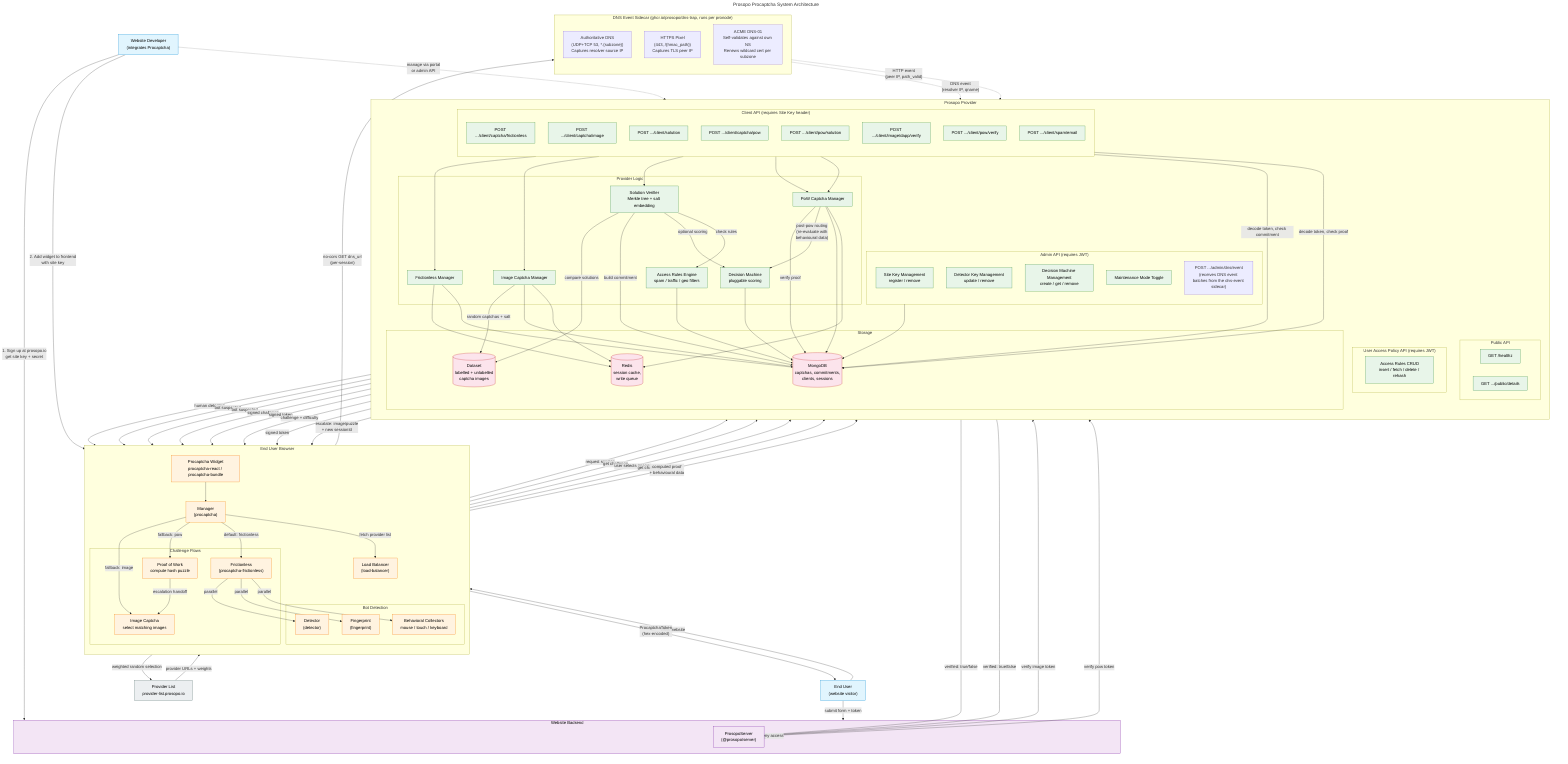
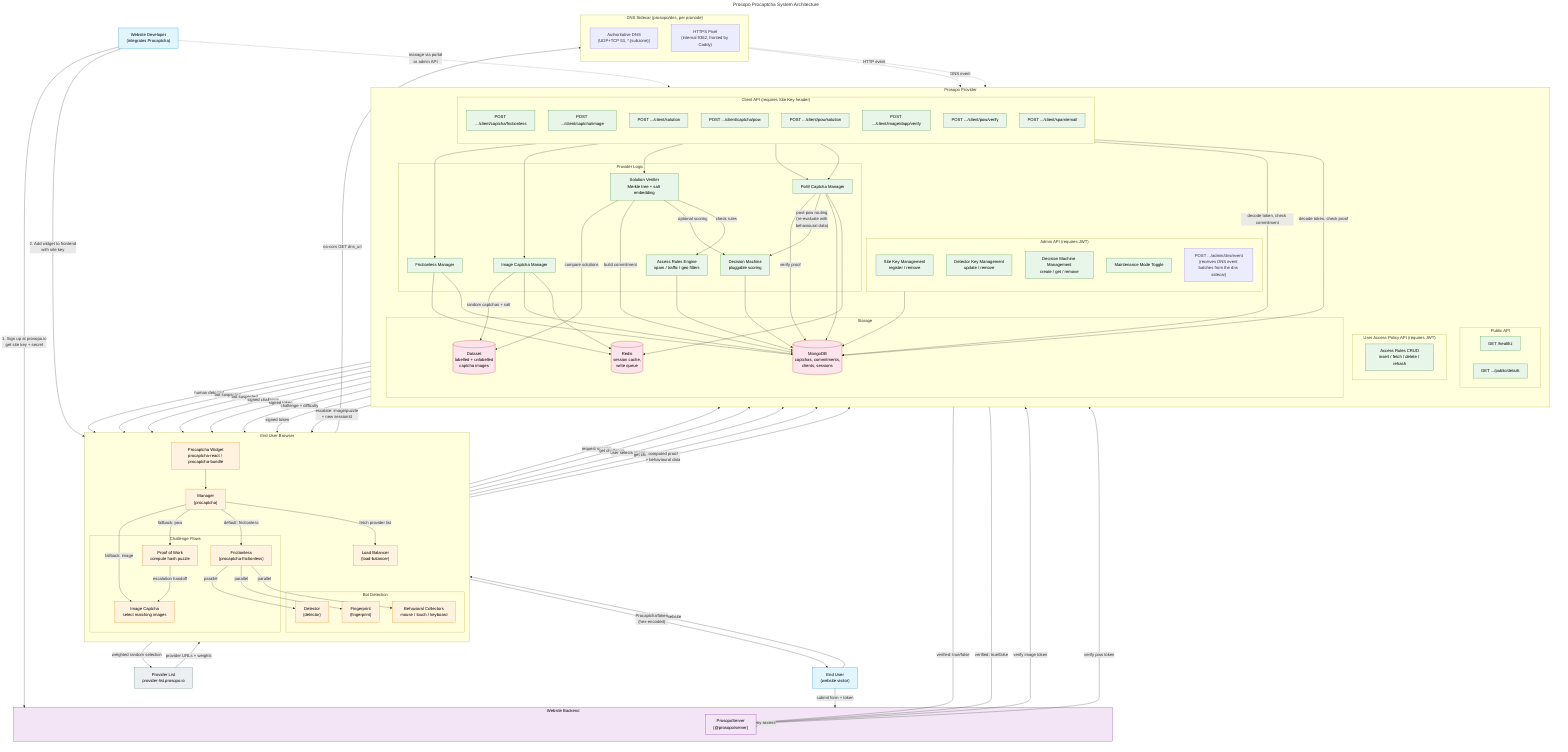
---
title: Prosopo Procaptcha System Architecture
---

graph TB
    %% ===== ACTORS =====
    Developer["Website Developer<br/>(integrates Procaptcha)"]
    EndUser["End User<br/>(website visitor)"]

    %% ===== CLIENT SIDE =====
    subgraph Browser["End User Browser"]
        direction TB
        Widget["Procaptcha Widget<br/>procaptcha-react / procaptcha-bundle"]
        Manager["Manager<br/>(procaptcha)"]
        LB["Load Balancer<br/>(load-balancer)"]

        subgraph Detection["Bot Detection"]
            Detector["Detector<br/>(detector)"]
            Fingerprint["Fingerprint<br/>(fingerprint)"]
            Behavioral["Behavioral Collectors<br/>mouse / touch / keyboard"]
        end

        subgraph CaptchaFlows["Challenge Flows"]
            Frictionless["Frictionless<br/>(procaptcha-frictionless)"]
            ImageCaptcha["Image Captcha<br/>select matching images"]
            PoW["Proof of Work<br/>compute hash puzzle"]
        end
    end

    %% ===== PROVIDER =====
    subgraph Provider["Prosopo Provider"]
        direction TB
        subgraph PublicAPI["Public API"]
            Healthz["GET /healthz"]
            Details["GET .../public/details"]
        end

        subgraph ClientAPI["Client API (requires Site Key header)"]
            direction TB
            FrictionlessEP["POST .../client/captcha/frictionless"]
            ImageChallengeEP["POST .../client/captcha/image"]
            ImageSolutionEP["POST .../client/solution"]
            PowChallengeEP["POST .../client/captcha/pow"]
            PowSolutionEP["POST .../client/pow/solution"]
            ImageVerifyEP["POST .../client/image/dapp/verify"]
            PowVerifyEP["POST .../client/pow/verify"]
            SpamEmailEP["POST .../client/spam/email"]
        end

        subgraph AdminAPI["Admin API (requires JWT)"]
            SiteKeyMgmt["Site Key Management<br/>register / remove"]
            DetectorMgmt["Detector Key Management<br/>update / remove"]
            DecisionMachineMgmt["Decision Machine Management<br/>create / get / remove"]
            MaintenanceToggle["Maintenance Mode Toggle"]
-             DnsEventEP["POST .../admin/dns/event<br/>(receives DNS event batches from the dns-event sidecar)"]
+             DnsEventEP["POST .../admin/dns/event<br/>(receives DNS event batches from the dns sidecar)"]
        end

        subgraph UapAPI["User Access Policy API (requires JWT)"]
            RulesCRUD["Access Rules CRUD<br/>insert / fetch / delete / rehash"]
        end

        subgraph ProviderLogic["Provider Logic"]
            ImgTasks["Image Captcha Manager"]
            PowTasks["PoW Captcha Manager"]
            FrictionlessTasks["Frictionless Manager"]
            SolutionVerifier["Solution Verifier<br/>Merkle tree + salt embedding"]
            DecisionMachine["Decision Machine<br/>pluggable scoring"]
            AccessRules["Access Rules Engine<br/>spam / traffic / geo filters"]
        end

        subgraph Storage["Storage"]
            MongoDB[(MongoDB<br/>captchas, commitments,<br/>clients, sessions)]
            Redis[(Redis<br/>session cache,<br/>write queue)]
            Dataset[(Dataset<br/>labelled + unlabelled<br/>captcha images)]
        end
    end

    %% ===== WEBSITE BACKEND =====
    subgraph DappBackend["Website Backend"]
        ServerPkg["ProsopoServer<br/>(@prosopo/server)"]
    end

    %% ===== EXTERNAL =====
    ProviderList["Provider List<br/>provider-list.prosopo.io"]

-     %% ===== DNS-EVENT SIDECAR =====
-     subgraph DnsEventSidecar["DNS Event Sidecar (ghcr.io/prosopo/dns-trap, runs per pronode)"]
+     %% ===== DNS SIDECAR =====
+     subgraph DnsEventSidecar["DNS Sidecar (prosopo/dns, per pronode)"]
        direction TB
-         DnsAuth["Authoritative DNS<br/>(UDP+TCP 53, *.{subzone})<br/>Captures resolver source IP"]
-         DnsPixel["HTTPS Pixel<br/>(443, /{hmac_path})<br/>Captures TLS peer IP"]
-         AcmeLoop["ACME DNS-01<br/>Self-validates against own NS<br/>Renews wildcard cert per subzone"]
+         DnsAuth["Authoritative DNS<br/>(UDP+TCP 53, *.{subzone})"]
+         DnsPixel["HTTPS Pixel<br/>(internal 9362, fronted by Caddy)"]
    end

-     %% Per-session flow:
-     %%   1. Provider includes `dns_url` in frictionless response when
-     %%      DNS_EVENT_SUBZONE + DNS_EVENT_HMAC_SECRET are set on the host.
-     %%      URL is https://{sessionId}.{subzone}/{hmac_path}?sid={sessionId}.
-     %%   2. Bundle fires no-cors GET to dns_url on init.
-     %%   3. Browser's resolver queries {sessionId}.{subzone} → sidecar
-     %%      logs resolver IP + qname (contains sessionId).
-     %%   4. Browser opens TLS to sidecar (SNI carries the same sessionId).
-     %%      Sidecar validates path = HMAC(sessionId, secret), serves pixel,
-     %%      logs peer IP + path_valid.
-     %%   5. Sidecar batches events, POSTs to
-     %%      POST .../admin/dns/event with admin sr25519 JWT.
-     %%   6. Provider merges resolverIp/peerIp/pathValid into Session.dnsEvent.
-     %% Signal: resolver IP vs peer IP geo-disagreement reveals residential
-     %% proxies that don't tunnel DNS. Same binary runs alongside Bumblebee
-     %% (Protect) since the wire contract + admin JWT scheme are identical.
-     Widget -->|"no-cors GET dns_url<br/>(per-session)"| DnsPixel
-     DnsAuth -.->|"DNS event<br/>(resolver IP, qname)"| DnsEventEP
-     DnsPixel -.->|"HTTP event<br/>(peer IP, path_valid)"| DnsEventEP
+     Widget -->|"no-cors GET dns_url"| DnsPixel
+     DnsAuth -.->|"DNS event"| DnsEventEP
+     DnsPixel -.->|"HTTP event"| DnsEventEP

    %% ===== DEVELOPER FLOW =====
    Developer -->|"1. Sign up at prosopo.io<br/>get site key + secret"| DappBackend
    Developer -->|"2. Add widget to frontend<br/>with site key"| Widget

    %% ===== USER FLOW =====
    EndUser -->|visits website| Widget
    Widget --> Manager
    Manager -->|fetch provider list| LB
    LB -->|weighted random selection| ProviderList
    ProviderList -->|provider URLs + weights| LB

    %% ===== FRICTIONLESS FLOW =====
    Manager -->|default: frictionless| Frictionless
    Frictionless -->|parallel| Detector
    Frictionless -->|parallel| Fingerprint
    Frictionless -->|parallel| Behavioral
    Frictionless -->|request session| FrictionlessEP

    FrictionlessEP --> FrictionlessTasks
    FrictionlessTasks --> Redis
    FrictionlessTasks -->|human detected| Manager
    FrictionlessTasks -->|bot suspected| ImageCaptcha
    FrictionlessTasks -->|bot suspected| PoW

    %% ===== IMAGE CAPTCHA FLOW =====
    Manager -->|fallback: image| ImageCaptcha
    ImageCaptcha -->|get challenge| ImageChallengeEP
    ImageChallengeEP --> ImgTasks
    ImgTasks -->|random captchas + salt| Dataset
    ImgTasks -->|signed challenge| ImageCaptcha
    ImageCaptcha -->|user selects images| ImageSolutionEP
    ImageSolutionEP --> SolutionVerifier
    SolutionVerifier -->|compare solutions| Dataset
    SolutionVerifier -->|build commitment| MongoDB
    SolutionVerifier -->|optional scoring| DecisionMachine
    SolutionVerifier -->|check rules| AccessRules
    SolutionVerifier -->|signed token| Manager

    %% ===== POW FLOW =====
    Manager -->|fallback: pow| PoW
    PoW -->|get challenge| PowChallengeEP
    PowChallengeEP --> PowTasks
    PowTasks -->|challenge + difficulty| PoW
    PoW -->|"computed proof<br/>+ behavioural data"| PowSolutionEP
    PowSolutionEP --> PowTasks
    PowTasks -->|verify proof| MongoDB
    PowTasks -->|"post-pow routing<br/>(re-evaluate with<br/>behavioural data)"| DecisionMachine
    PowTasks -->|signed token| Manager
    PowTasks -->|escalate: image/puzzle<br/>+ new sessionId| PoW
    PoW -->|escalation handoff| ImageCaptcha

    %% ===== TOKEN TO BACKEND =====
    Manager -->|"ProcaptchaToken<br/>(hex-encoded)"| EndUser
    EndUser -->|"submit form + token"| DappBackend

    %% ===== SERVER VERIFICATION =====
    DappBackend --> ServerPkg
    ServerPkg -->|verify image token| ImageVerifyEP
    ServerPkg -->|verify pow token| PowVerifyEP
    ImageVerifyEP -->|decode token, check commitment| MongoDB
    PowVerifyEP -->|decode token, check proof| MongoDB
    ImageVerifyEP -->|"verified: true/false"| ServerPkg
    PowVerifyEP -->|"verified: true/false"| ServerPkg
    ServerPkg -->|grant or deny access| DappBackend

    %% ===== ADMIN =====
    Developer -.->|"manage via portal<br/>or admin API"| AdminAPI
    AdminAPI --> MongoDB

    %% ===== STORAGE CONNECTIONS =====
    ImgTasks --> MongoDB
    PowTasks --> MongoDB
    FrictionlessTasks --> MongoDB
    AccessRules --> MongoDB
    DecisionMachine --> MongoDB
    ImgTasks --> Redis
    PowTasks --> Redis

    %% ===== STYLES =====
    classDef actor fill:#e1f5fe,stroke:#0288d1,color:#000
    classDef browser fill:#fff3e0,stroke:#f57c00,color:#000
    classDef provider fill:#e8f5e9,stroke:#388e3c,color:#000
    classDef storage fill:#fce4ec,stroke:#c62828,color:#000
    classDef backend fill:#f3e5f5,stroke:#7b1fa2,color:#000
    classDef external fill:#eceff1,stroke:#546e6a,color:#000

    class Developer,EndUser actor
    class Widget,Manager,LB,Detector,Fingerprint,Behavioral,Frictionless,ImageCaptcha,PoW browser
    class Healthz,Details,FrictionlessEP,ImageChallengeEP,ImageSolutionEP,PowChallengeEP,PowSolutionEP,ImageVerifyEP,PowVerifyEP,SpamEmailEP,SiteKeyMgmt,DetectorMgmt,DecisionMachineMgmt,MaintenanceToggle,RulesCRUD provider
    class ImgTasks,PowTasks,FrictionlessTasks,SolutionVerifier,DecisionMachine,AccessRules provider
    class MongoDB,Redis,Dataset storage
    class ServerPkg,DappBackend backend
    class ProviderList external
